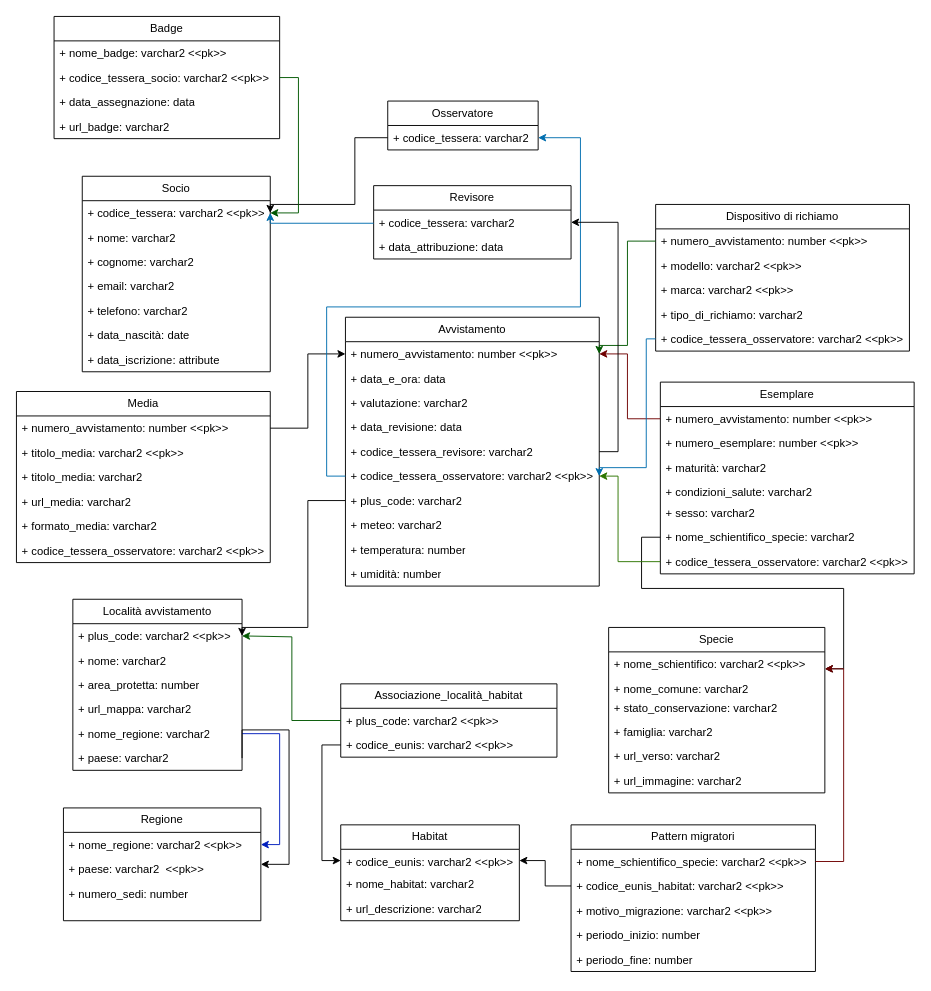
uni-aca100/db-uni keeps this draw.io diagram as page "Page-2" (2 of 3) of document/DiagramUse.drawio. Above is the earlier version. Source tidied: cells renumbered, new cells numbered last; positions are measured from the earlier drawing's top-left corner, leaving out a move shared by most shapes. Both pictures are drawn from the tidied source at 94%, with x=0, y=0 at pixel (16, 16).
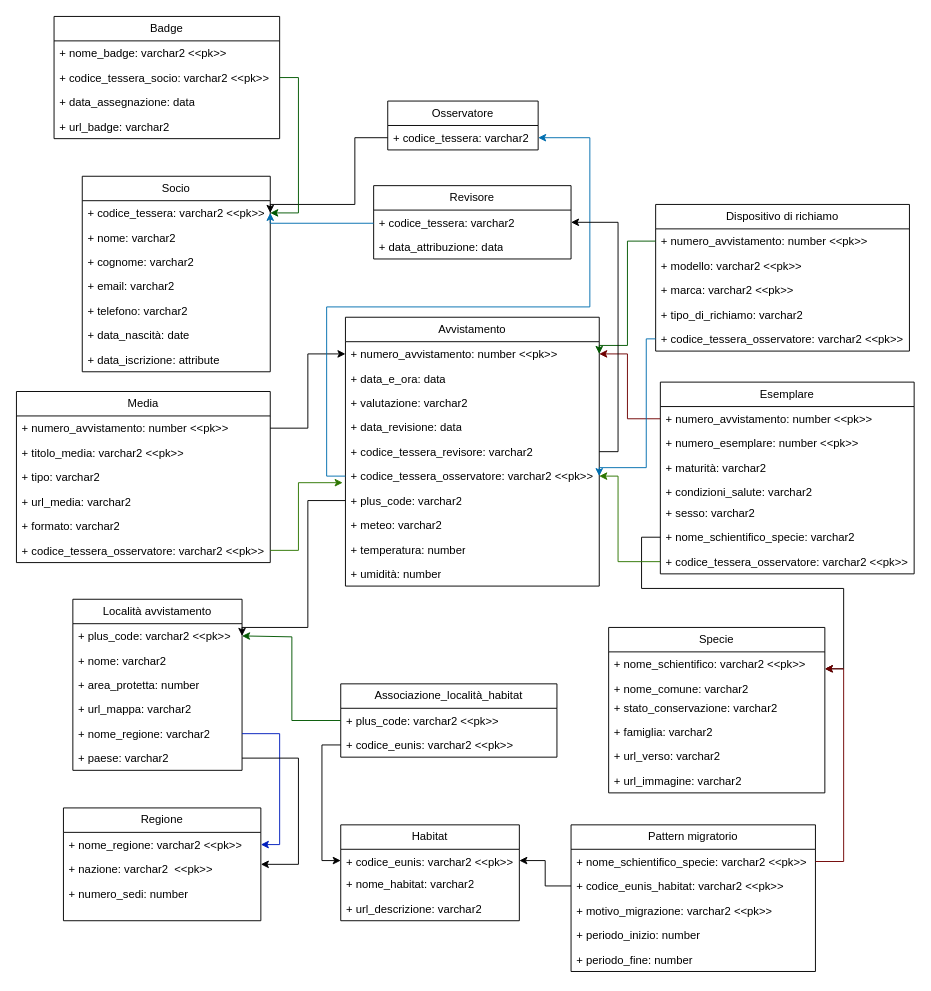
The same page after the edit.

Unchanged cells that the change refers to:
```xml
<mxCell id="2" value="Regione" style="swimlane;fontStyle=0;horizontal=1;startSize=26;fillColor=none;whiteSpace=wrap;html=1;" parent="1" vertex="1">
  <mxGeometry x="50" y="842" width="210" height="120" as="geometry" />
</mxCell>
<mxCell id="7" value="+ codice_tessera: varchar2" style="text;strokeColor=none;fillColor=none;align=left;verticalAlign=top;spacingLeft=4;spacingRight=4;overflow=hidden;points=[[0,0.5],[1,0.5]];portConstraint=eastwest;whiteSpace=wrap;html=1;" parent="6" vertex="1">
  <mxGeometry y="26" width="160" height="26" as="geometry" />
</mxCell>
<mxCell id="38" value="+ paese: varchar2" style="text;strokeColor=none;fillColor=none;align=left;verticalAlign=top;spacingLeft=4;spacingRight=4;overflow=hidden;points=[[0,0.5],[1,0.5]];portConstraint=eastwest;whiteSpace=wrap;html=1;" parent="32" vertex="1">
  <mxGeometry y="156" width="180" height="26" as="geometry" />
</mxCell>
<mxCell id="45" value="+ codice_tessera_osservatore:&amp;nbsp;varchar2 &amp;lt;&amp;lt;pk&amp;gt;&amp;gt;" style="text;strokeColor=none;fillColor=none;align=left;verticalAlign=top;spacingLeft=4;spacingRight=4;overflow=hidden;points=[[0,0.5],[1,0.5]];portConstraint=eastwest;whiteSpace=wrap;html=1;" parent="39" vertex="1">
  <mxGeometry y="156" width="270" height="26" as="geometry" />
</mxCell>
<mxCell id="61" value="Media" style="swimlane;fontStyle=0;horizontal=1;startSize=26;fillColor=none;whiteSpace=wrap;html=1;" parent="1" vertex="1">
  <mxGeometry y="399" width="270" height="182" as="geometry" />
</mxCell>
<mxCell id="67" value="+ codice_tessera_osservatore:&amp;nbsp;varchar2 &amp;lt;&amp;lt;pk&amp;gt;&amp;gt;" style="text;strokeColor=none;fillColor=none;align=left;verticalAlign=top;spacingLeft=4;spacingRight=4;overflow=hidden;points=[[0,0.5],[1,0.5]];portConstraint=eastwest;whiteSpace=wrap;html=1;" parent="61" vertex="1">
  <mxGeometry y="156" width="270" height="26" as="geometry" />
</mxCell>
```

What changed in the source:
```diff
@@
-    <mxCell id="4" value="+ paese: varchar2&amp;nbsp; &amp;lt;&amp;lt;pk&amp;gt;&amp;gt;" style="text;strokeColor=none;fillColor=none;align=left;verticalAlign=top;spacingLeft=4;spacingRight=4;overflow=hidden;whiteSpace=wrap;html=1;" parent="2" vertex="1">
+    <mxCell id="4" value="+ nazione: varchar2&amp;nbsp; &amp;lt;&amp;lt;pk&amp;gt;&amp;gt;" style="text;strokeColor=none;fillColor=none;align=left;verticalAlign=top;spacingLeft=4;spacingRight=4;overflow=hidden;whiteSpace=wrap;html=1;" parent="2" vertex="1">
       <mxGeometry y="52" width="210" height="26" as="geometry" />
     </mxCell>
@@
-    <mxCell id="64" value="+ titolo_media: varchar2" style="text;strokeColor=none;fillColor=none;align=left;verticalAlign=top;spacingLeft=4;spacingRight=4;overflow=hidden;whiteSpace=wrap;html=1;" parent="61" vertex="1">
+    <mxCell id="64" value="+ tipo: varchar2" style="text;strokeColor=none;fillColor=none;align=left;verticalAlign=top;spacingLeft=4;spacingRight=4;overflow=hidden;whiteSpace=wrap;html=1;" parent="61" vertex="1">
       <mxGeometry y="78" width="270" height="26" as="geometry" />
     </mxCell>
@@
-    <mxCell id="66" value="+ formato_media: varchar2" style="text;strokeColor=none;fillColor=none;align=left;verticalAlign=top;spacingLeft=4;spacingRight=4;overflow=hidden;whiteSpace=wrap;html=1;" parent="61" vertex="1">
+    <mxCell id="66" value="+ formato: varchar2" style="text;strokeColor=none;fillColor=none;align=left;verticalAlign=top;spacingLeft=4;spacingRight=4;overflow=hidden;whiteSpace=wrap;html=1;" parent="61" vertex="1">
       <mxGeometry y="130" width="270" height="26" as="geometry" />
     </mxCell>
@@
     <mxCell id="69" style="edgeStyle=orthogonalEdgeStyle;rounded=0;jettySize=auto;html=1;exitX=1;exitY=0.5;exitDx=0;exitDy=0;entryX=1;entryY=0.5;entryDx=0;entryDy=0;" parent="1" edge="1" source="38" target="2">
       <mxGeometry relative="1" as="geometry">
         <Array as="points">
-          <mxPoint x="290" y="759" />
-          <mxPoint x="290" y="902" />
+          <mxPoint x="300" y="789" />
+          <mxPoint x="300" y="902" />
         </Array>
       </mxGeometry>
     </mxCell>
-    <mxCell id="70" value="Pattern migratori" style="swimlane;fontStyle=0;horizontal=1;startSize=26;fillColor=none;whiteSpace=wrap;html=1;" parent="1" vertex="1">
+    <mxCell id="70" value="Pattern migratorio" style="swimlane;fontStyle=0;horizontal=1;startSize=26;fillColor=none;whiteSpace=wrap;html=1;" parent="1" vertex="1">
       <mxGeometry x="590" y="860" width="260" height="156" as="geometry" />
     </mxCell>
@@
     <mxCell id="98" style="edgeStyle=orthogonalEdgeStyle;rounded=0;jettySize=auto;html=1;exitX=0;exitY=0.5;exitDx=0;exitDy=0;entryX=1;entryY=0.5;entryDx=0;entryDy=0;fillColor=#1ba1e2;strokeColor=#006EAF;" parent="1" edge="1" source="45" target="7">
       <mxGeometry relative="1" as="geometry">
         <Array as="points">
           <mxPoint x="330" y="489" />
           <mxPoint x="330" y="309" />
-          <mxPoint x="600" y="309" />
-          <mxPoint x="600" y="129" />
+          <mxPoint x="610" y="309" />
+          <mxPoint x="610" y="129" />
         </Array>
       </mxGeometry>
     </mxCell>
@@
+    <mxCell id="101" style="edgeStyle=orthogonalEdgeStyle;rounded=0;jettySize=auto;html=1;entryX=-0.011;entryY=0.769;entryDx=0;entryDy=0;entryPerimeter=0;fillColor=#60a917;strokeColor=#2D7600;" parent="1" edge="1" source="67" target="45">
+      <mxGeometry relative="1" as="geometry">
+        <Array as="points">
+          <mxPoint x="300" y="568" />
+          <mxPoint x="300" y="496" />
+        </Array>
+      </mxGeometry>
+    </mxCell>
```
